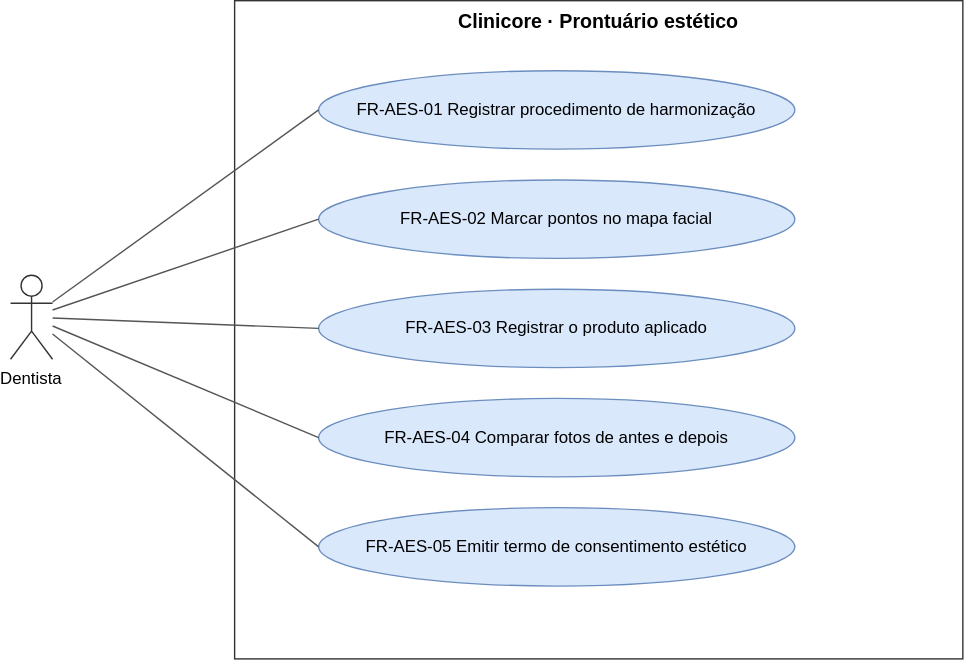
TheoOdawara/clinicore keeps this draw.io diagram as docs/requirements/diagrams/use-cases-aesthetic-record.drawio.svg. Above is the earlier version. Source tidied: cells renumbered, new cells last; positions are measured from the earlier drawing's top-left corner, leaving out a move shared by most shapes. Its diagram source:
```xml
<mxGraphModel background="#ffffff">
  <root>
    <mxCell id="0" />
    <mxCell id="1" parent="0" />
    <mxCell id="2" value="Clinicore · Prontuário estético" style="rounded=0;whiteSpace=wrap;html=0;fillColor=none;strokeColor=#333333;verticalAlign=top;fontStyle=1;fontSize=14;" parent="1" vertex="1">
      <mxGeometry x="160" width="520" height="470" as="geometry" />
    </mxCell>
    <mxCell id="3" value="FR-AES-01 Registrar procedimento de harmonização" style="ellipse;whiteSpace=wrap;html=0;fillColor=#dae8fc;strokeColor=#6c8ebf;fontSize=12;" parent="1" vertex="1">
      <mxGeometry x="220" y="50" width="340" height="56" as="geometry" />
    </mxCell>
    <mxCell id="4" value="FR-AES-02 Marcar pontos no mapa facial" style="ellipse;whiteSpace=wrap;html=0;fillColor=#dae8fc;strokeColor=#6c8ebf;fontSize=12;" parent="1" vertex="1">
      <mxGeometry x="220" y="128" width="340" height="56" as="geometry" />
    </mxCell>
    <mxCell id="5" value="FR-AES-03 Registrar o produto aplicado" style="ellipse;whiteSpace=wrap;html=0;fillColor=#dae8fc;strokeColor=#6c8ebf;fontSize=12;" parent="1" vertex="1">
      <mxGeometry x="220" y="206" width="340" height="56" as="geometry" />
    </mxCell>
    <mxCell id="6" value="FR-AES-04 Comparar fotos de antes e depois" style="ellipse;whiteSpace=wrap;html=0;fillColor=#dae8fc;strokeColor=#6c8ebf;fontSize=12;" parent="1" vertex="1">
      <mxGeometry x="220" y="284" width="340" height="56" as="geometry" />
    </mxCell>
    <mxCell id="7" value="FR-AES-05 Emitir termo de consentimento estético" style="ellipse;whiteSpace=wrap;html=0;fillColor=#dae8fc;strokeColor=#6c8ebf;fontSize=12;" parent="1" vertex="1">
      <mxGeometry x="220" y="362" width="340" height="56" as="geometry" />
    </mxCell>
    <mxCell id="8" value="Dentista" style="shape=umlActor;verticalLabelPosition=bottom;verticalAlign=top;html=0;outlineConnect=0;fillColor=#ffffff;strokeColor=#333333;fontSize=12;" parent="1" vertex="1">
      <mxGeometry y="196" width="30" height="60" as="geometry" />
    </mxCell>
    <mxCell id="9" style="endArrow=none;html=0;strokeColor=#555555;entryX=0;entryY=0.5;entryDx=0;entryDy=0;" parent="1" edge="1" source="8" target="3">
      <mxGeometry relative="1" as="geometry" />
    </mxCell>
    <mxCell id="10" style="endArrow=none;html=0;strokeColor=#555555;entryX=0;entryY=0.5;entryDx=0;entryDy=0;" parent="1" edge="1" source="8" target="4">
      <mxGeometry relative="1" as="geometry" />
    </mxCell>
    <mxCell id="11" style="endArrow=none;html=0;strokeColor=#555555;entryX=0;entryY=0.5;entryDx=0;entryDy=0;" parent="1" edge="1" source="8" target="5">
      <mxGeometry relative="1" as="geometry" />
    </mxCell>
    <mxCell id="12" style="endArrow=none;html=0;strokeColor=#555555;entryX=0;entryY=0.5;entryDx=0;entryDy=0;" parent="1" edge="1" source="8" target="6">
      <mxGeometry relative="1" as="geometry" />
    </mxCell>
    <mxCell id="13" style="endArrow=none;html=0;strokeColor=#555555;entryX=0;entryY=0.5;entryDx=0;entryDy=0;" parent="1" edge="1" source="8" target="7">
      <mxGeometry relative="1" as="geometry" />
    </mxCell>
  </root>
</mxGraphModel>
```
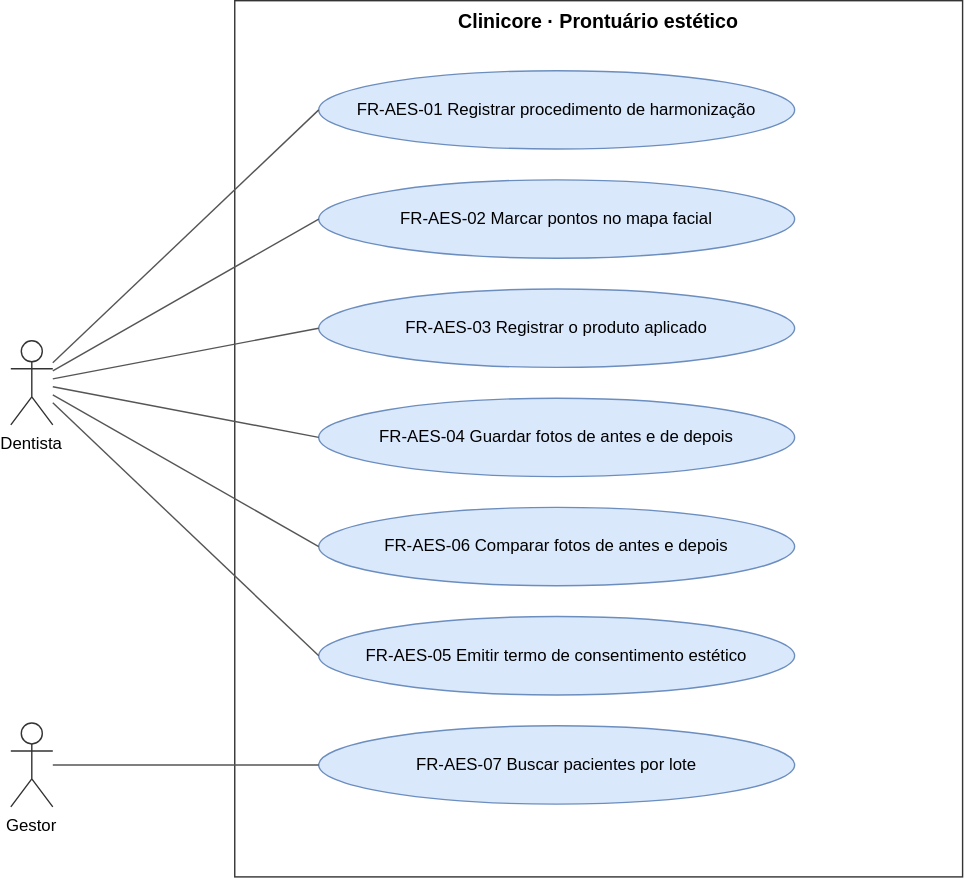
Later version of the same file.

The edit, as a diff of the source:
```diff
@@ -3,7 +3,7 @@
     <mxCell id="0" />
     <mxCell id="1" parent="0" />
     <mxCell id="2" value="Clinicore · Prontuário estético" style="rounded=0;whiteSpace=wrap;html=0;fillColor=none;strokeColor=#333333;verticalAlign=top;fontStyle=1;fontSize=14;" parent="1" vertex="1">
-      <mxGeometry x="160" width="520" height="470" as="geometry" />
+      <mxGeometry x="160" width="520" height="626" as="geometry" />
     </mxCell>
     <mxCell id="3" value="FR-AES-01 Registrar procedimento de harmonização" style="ellipse;whiteSpace=wrap;html=0;fillColor=#dae8fc;strokeColor=#6c8ebf;fontSize=12;" parent="1" vertex="1">
       <mxGeometry x="220" y="50" width="340" height="56" as="geometry" />
@@ -14,14 +14,14 @@
     <mxCell id="5" value="FR-AES-03 Registrar o produto aplicado" style="ellipse;whiteSpace=wrap;html=0;fillColor=#dae8fc;strokeColor=#6c8ebf;fontSize=12;" parent="1" vertex="1">
       <mxGeometry x="220" y="206" width="340" height="56" as="geometry" />
     </mxCell>
-    <mxCell id="6" value="FR-AES-04 Comparar fotos de antes e depois" style="ellipse;whiteSpace=wrap;html=0;fillColor=#dae8fc;strokeColor=#6c8ebf;fontSize=12;" parent="1" vertex="1">
+    <mxCell id="6" value="FR-AES-04 Guardar fotos de antes e de depois" style="ellipse;whiteSpace=wrap;html=0;fillColor=#dae8fc;strokeColor=#6c8ebf;fontSize=12;" parent="1" vertex="1">
       <mxGeometry x="220" y="284" width="340" height="56" as="geometry" />
     </mxCell>
     <mxCell id="7" value="FR-AES-05 Emitir termo de consentimento estético" style="ellipse;whiteSpace=wrap;html=0;fillColor=#dae8fc;strokeColor=#6c8ebf;fontSize=12;" parent="1" vertex="1">
-      <mxGeometry x="220" y="362" width="340" height="56" as="geometry" />
+      <mxGeometry x="220" y="440" width="340" height="56" as="geometry" />
     </mxCell>
     <mxCell id="8" value="Dentista" style="shape=umlActor;verticalLabelPosition=bottom;verticalAlign=top;html=0;outlineConnect=0;fillColor=#ffffff;strokeColor=#333333;fontSize=12;" parent="1" vertex="1">
-      <mxGeometry y="196" width="30" height="60" as="geometry" />
+      <mxGeometry y="243" width="30" height="60" as="geometry" />
     </mxCell>
     <mxCell id="9" style="endArrow=none;html=0;strokeColor=#555555;entryX=0;entryY=0.5;entryDx=0;entryDy=0;" parent="1" edge="1" source="8" target="3">
       <mxGeometry relative="1" as="geometry" />
@@ -38,5 +38,20 @@
     <mxCell id="13" style="endArrow=none;html=0;strokeColor=#555555;entryX=0;entryY=0.5;entryDx=0;entryDy=0;" parent="1" edge="1" source="8" target="7">
       <mxGeometry relative="1" as="geometry" />
     </mxCell>
+    <mxCell id="14" value="FR-AES-06 Comparar fotos de antes e depois" style="ellipse;whiteSpace=wrap;html=0;fillColor=#dae8fc;strokeColor=#6c8ebf;fontSize=12;" parent="1" vertex="1">
+      <mxGeometry x="220" y="362" width="340" height="56" as="geometry" />
+    </mxCell>
+    <mxCell id="15" value="FR-AES-07 Buscar pacientes por lote" style="ellipse;whiteSpace=wrap;html=0;fillColor=#dae8fc;strokeColor=#6c8ebf;fontSize=12;" parent="1" vertex="1">
+      <mxGeometry x="220" y="518" width="340" height="56" as="geometry" />
+    </mxCell>
+    <mxCell id="16" value="Gestor" style="shape=umlActor;verticalLabelPosition=bottom;verticalAlign=top;html=0;outlineConnect=0;fillColor=#ffffff;strokeColor=#333333;fontSize=12;" parent="1" vertex="1">
+      <mxGeometry y="516" width="30" height="60" as="geometry" />
+    </mxCell>
+    <mxCell id="17" style="endArrow=none;html=0;strokeColor=#555555;entryX=0;entryY=0.5;entryDx=0;entryDy=0;" parent="1" edge="1" source="8" target="14">
+      <mxGeometry relative="1" as="geometry" />
+    </mxCell>
+    <mxCell id="18" style="endArrow=none;html=0;strokeColor=#555555;entryX=0;entryY=0.5;entryDx=0;entryDy=0;" parent="1" edge="1" source="16" target="15">
+      <mxGeometry relative="1" as="geometry" />
+    </mxCell>
   </root>
 </mxGraphModel>
```
